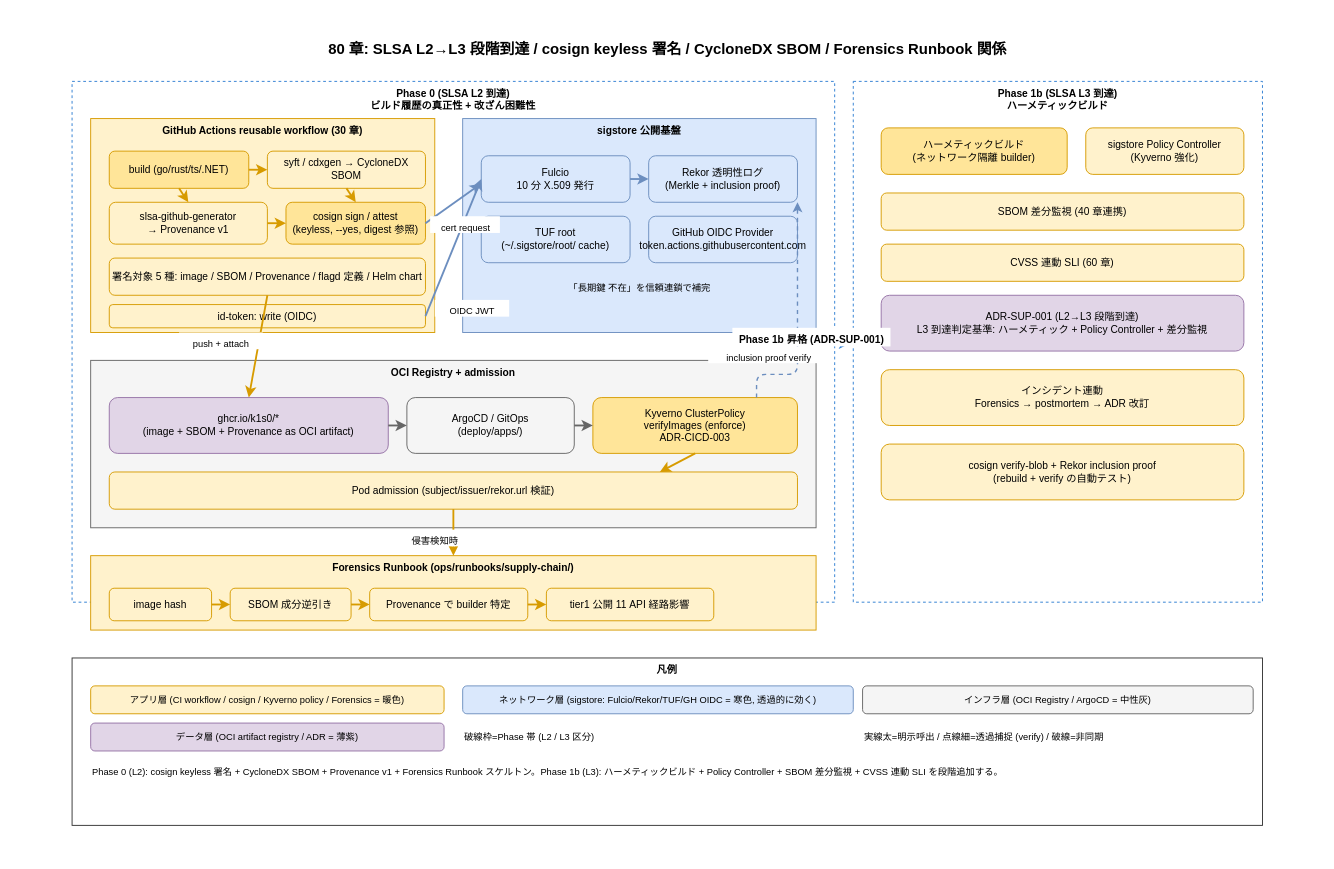
Before: docs/05_実装/80_サプライチェーン設計/img/80_SLSA段階到達_cosign_SBOM.drawio in RyuheiKiso/k1s0, a draw.io diagram. Source tidied: cells renumbered, new cells numbered last; positions are measured from the earlier drawing's top-left corner, leaving out a move shared by most shapes. Both pictures are drawn from the tidied source at 93%, with x=0, y=0 at pixel (16, 16).
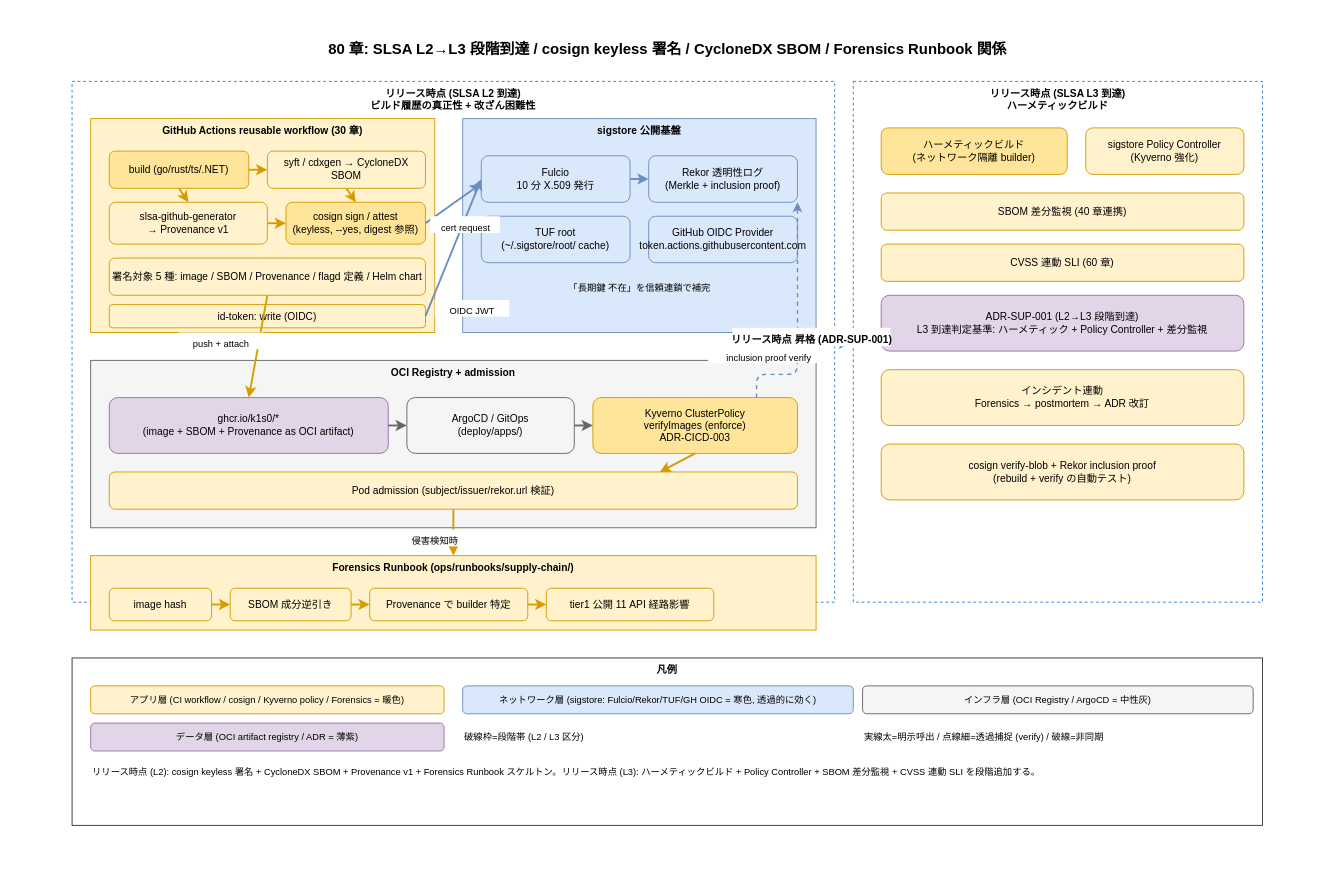
The same page after the edit.

What changed in the source:
```diff
@@
-    <mxCell id="4" value="Phase 0 (SLSA L2 到達)&#10;ビルド履歴の真正性 + 改ざん困難性" style="rounded=0;whiteSpace=wrap;html=1;fillColor=#FFFFFF;strokeColor=#2D7DD2;fontSize=11;fontStyle=1;verticalAlign=top;dashed=1;" parent="1" vertex="1">
-      <mxGeometry x="60" y="70" width="820" height="560" as="geometry" />
-    </mxCell>
-    <mxCell id="5" value="Phase 1b (SLSA L3 到達)&#10;ハーメティックビルド" style="rounded=0;whiteSpace=wrap;html=1;fillColor=#FFFFFF;strokeColor=#2D7DD2;fontSize=11;fontStyle=1;verticalAlign=top;dashed=1;" parent="1" vertex="1">
-      <mxGeometry x="900" y="70" width="440" height="560" as="geometry" />
-    </mxCell>
+    <mxCell id="67" value="リリース時点 (SLSA L2 到達)&#10;ビルド履歴の真正性 + 改ざん困難性" style="rounded=0;whiteSpace=wrap;html=1;fillColor=#FFFFFF;strokeColor=#2D7DD2;fontSize=11;fontStyle=1;verticalAlign=top;dashed=1;" parent="1" vertex="1">
+      <mxGeometry x="60" y="70" width="820" height="560" as="geometry" />
+    </mxCell>
+    <mxCell id="68" value="リリース時点 (SLSA L3 到達)&#10;ハーメティックビルド" style="rounded=0;whiteSpace=wrap;html=1;fillColor=#FFFFFF;strokeColor=#2D7DD2;fontSize=11;fontStyle=1;verticalAlign=top;dashed=1;" parent="1" vertex="1">
+      <mxGeometry x="900" y="70" width="440" height="560" as="geometry" />
+    </mxCell>
@@
-    <mxCell id="57" style="endArrow=classic;html=1;strokeColor=#2D7DD2;strokeWidth=3;exitX=1;exitY=0.5;entryX=0;entryY=0.5;" parent="1" edge="1" source="4" target="5">
+    <mxCell id="57" style="endArrow=classic;html=1;strokeColor=#2D7DD2;strokeWidth=3;exitX=1;exitY=0.5;entryX=0;entryY=0.5;" parent="1" edge="1" source="67" target="68">
       <mxGeometry relative="1" as="geometry" />
     </mxCell>
-    <mxCell id="58" value="Phase 1b 昇格 (ADR-SUP-001)" style="text;html=1;align=center;fontSize=11;fillColor=#FFFFFF;fontStyle=1;" parent="1" vertex="1">
+    <mxCell id="58" value="リリース時点 昇格 (ADR-SUP-001)" style="text;html=1;align=center;fontSize=11;fillColor=#FFFFFF;fontStyle=1;" parent="1" vertex="1">
       <mxGeometry x="770" y="335" width="170" height="20" as="geometry" />
     </mxCell>
@@
-    <mxCell id="64" value="破線枠=Phase 帯 (L2 / L3 区分)" style="text;html=1;align=left;verticalAlign=middle;fontSize=10;" parent="1" vertex="1">
-      <mxGeometry x="480" y="760" width="420" height="30" as="geometry" />
-    </mxCell>
+    <mxCell id="69" value="破線枠=段階帯 (L2 / L3 区分)" style="text;html=1;align=left;verticalAlign=middle;fontSize=10;" parent="1" vertex="1">
+      <mxGeometry x="480" y="760" width="420" height="30" as="geometry" />
+    </mxCell>
@@
-    <mxCell id="66" value="Phase 0 (L2): cosign keyless 署名 + CycloneDX SBOM + Provenance v1 + Forensics Runbook スケルトン。Phase 1b (L3): ハーメティックビルド + Policy Controller + SBOM 差分監視 + CVSS 連動 SLI を段階追加する。" style="text;html=1;align=left;verticalAlign=top;fontSize=10;whiteSpace=wrap;" parent="1" vertex="1">
+    <mxCell id="66" value="リリース時点 (L2): cosign keyless 署名 + CycloneDX SBOM + Provenance v1 + Forensics Runbook スケルトン。リリース時点 (L3): ハーメティックビルド + Policy Controller + SBOM 差分監視 + CVSS 連動 SLI を段階追加する。" style="text;html=1;align=left;verticalAlign=top;fontSize=10;whiteSpace=wrap;" parent="1" vertex="1">
       <mxGeometry x="80" y="800" width="1250" height="60" as="geometry" />
     </mxCell>
```
